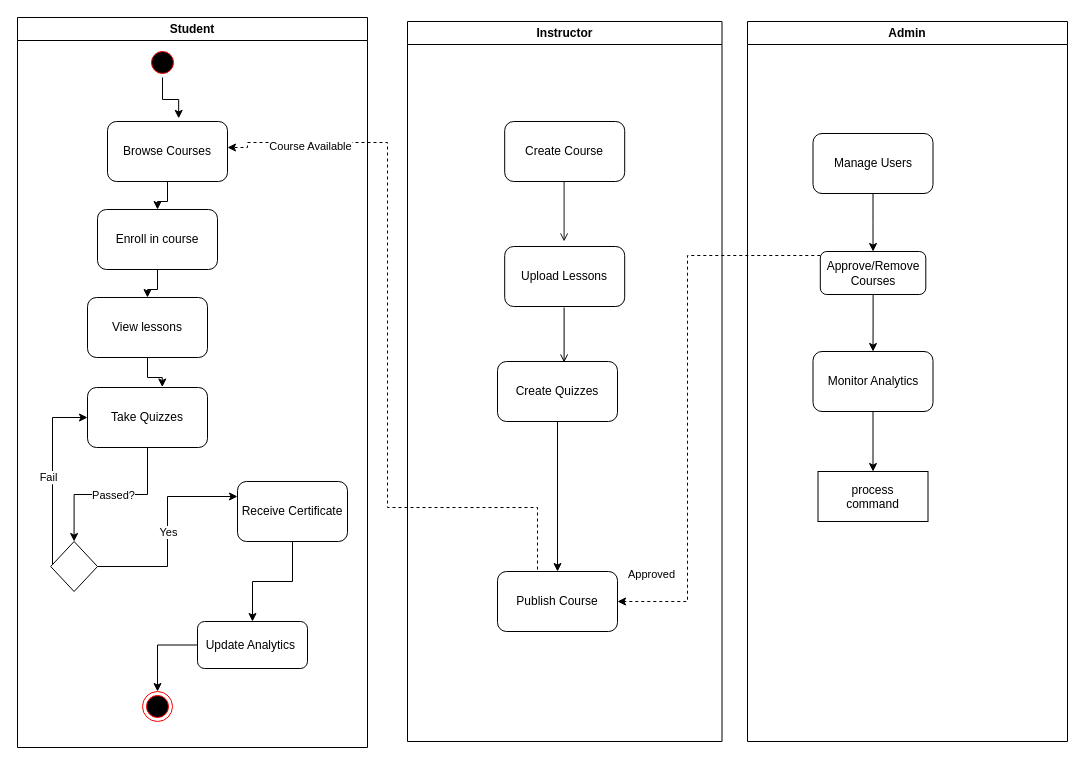
This is EnrollCourseActivity.drawio from Ayman71/SkillForge-UML-Design, a draw.io file, before an edit. Source tidied: cells renumbered, new cells numbered last; positions are measured from the earlier drawing's top-left corner, leaving out a move shared by most shapes. Both pictures are drawn from the tidied source at 100%, with x=0, y=0 at pixel (17, 17).
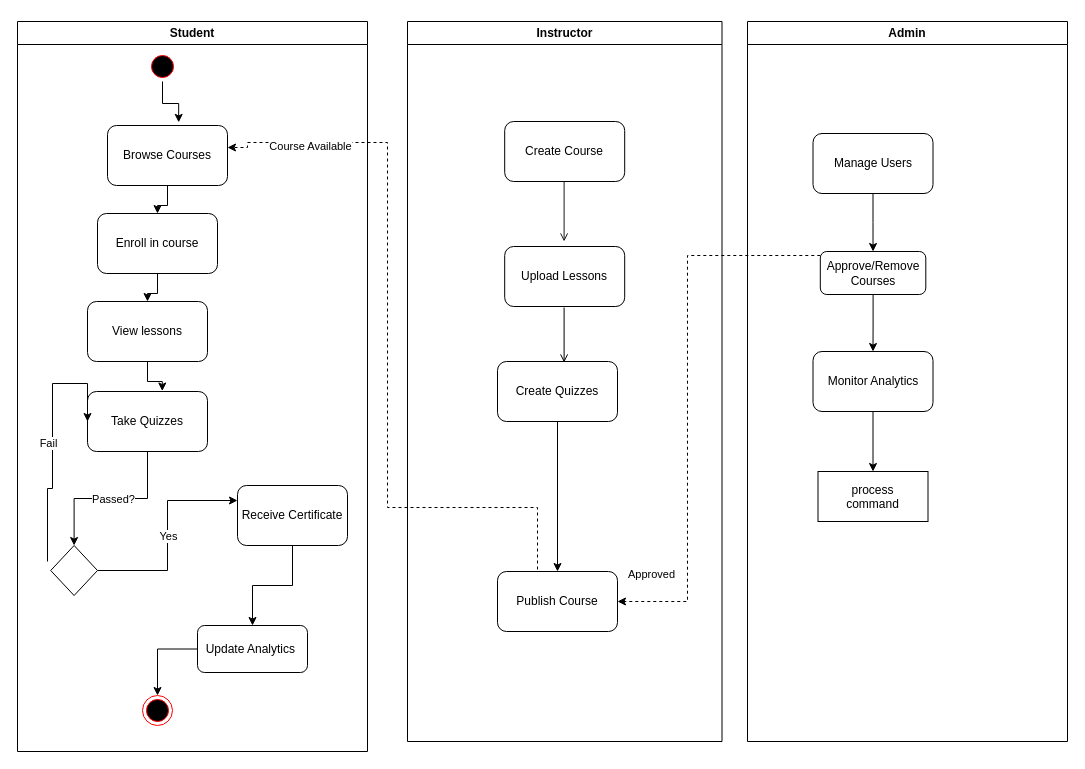
After the change.

Unchanged cells that the change refers to:
```xml
<mxCell id="7" value="Take Quizzes" style="rounded=1;whiteSpace=wrap;html=1;" parent="2" vertex="1">
  <mxGeometry x="70" y="370" width="120" height="60" as="geometry" />
</mxCell>
<mxCell id="15" style="rhombus;whiteSpace=wrap;html=1;fontFamily=Helvetica;fontSize=11;fontColor=default;labelBackgroundColor=default;" parent="2" vertex="1">
  <mxGeometry x="33.2" y="524" width="46.8" height="50" as="geometry" />
</mxCell>
```

The edit, as a diff of the source:
```diff
@@
     <mxCell id="2" value="Student" style="swimlane;whiteSpace=wrap;" parent="1" vertex="1">
-      <mxGeometry width="350" height="730" as="geometry" />
+      <mxGeometry y="4" width="350" height="730" as="geometry" />
     </mxCell>
@@
-    <mxCell id="13" style="edgeStyle=orthogonalEdgeStyle;shape=connector;rounded=0;jettySize=auto;html=1;entryX=0;entryY=0.5;entryDx=0;entryDy=0;strokeColor=default;align=center;verticalAlign=middle;fontFamily=Helvetica;fontSize=11;fontColor=default;labelBackgroundColor=default;endArrow=classic;" parent="2" edge="1" source="15" target="7">
+    <mxCell id="13" style="edgeStyle=orthogonalEdgeStyle;shape=connector;rounded=0;jettySize=auto;html=1;entryX=0;entryY=0.5;entryDx=0;entryDy=0;strokeColor=default;align=center;verticalAlign=middle;fontFamily=Helvetica;fontSize=11;fontColor=default;labelBackgroundColor=default;endArrow=classic;" parent="2" edge="1" target="7">
       <mxGeometry relative="1" as="geometry">
+        <mxPoint x="30" y="540" as="sourcePoint" />
         <Array as="points">
           <mxPoint x="35" y="467" />
           <mxPoint x="35" y="362" />
         </Array>
       </mxGeometry>
     </mxCell>
```
